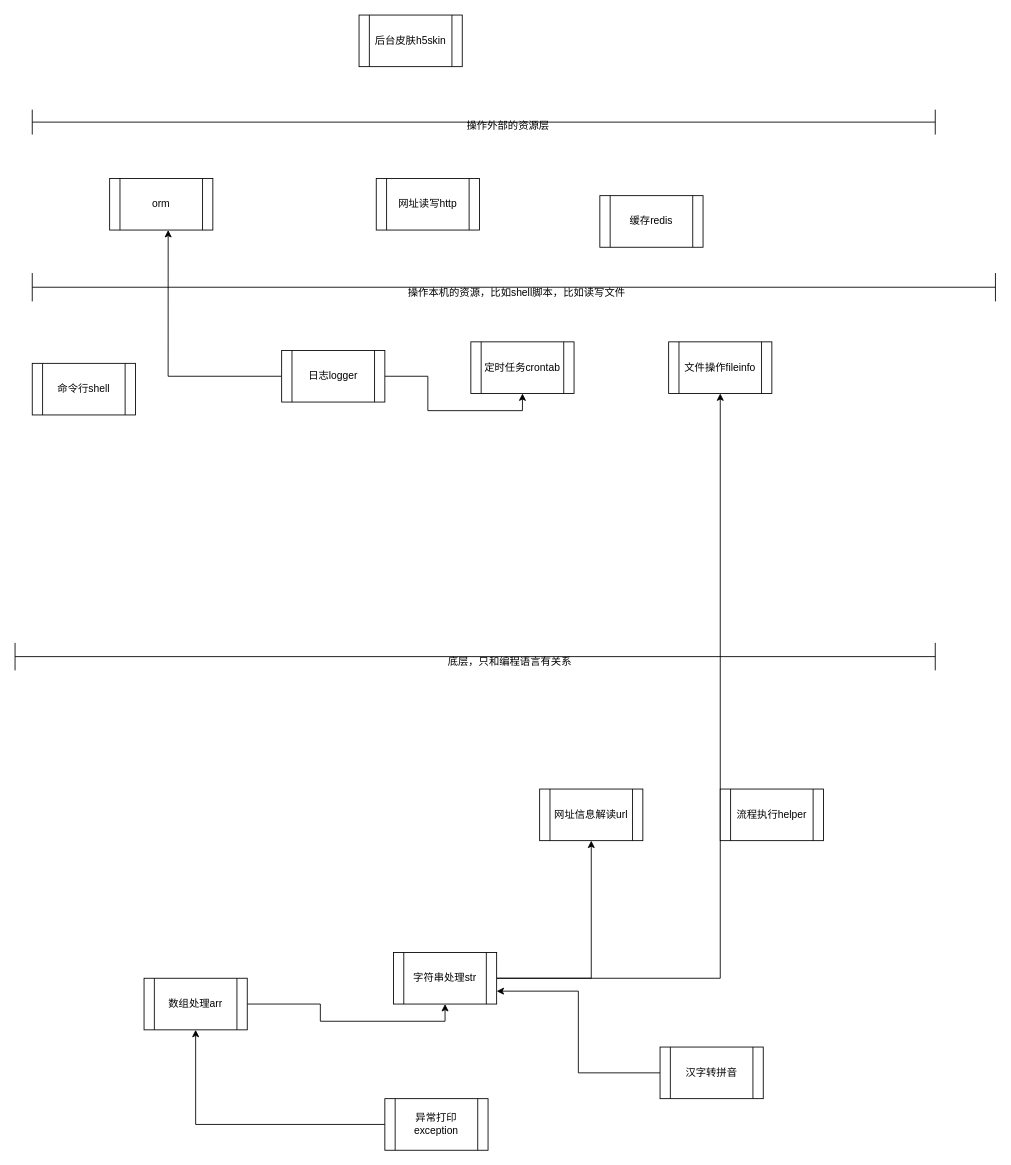
Earlier version of the draw.io diagram 架构代码责任划分.drawio (xltxlm/filesystem). Source tidied: cells renumbered, new cells numbered last; positions are measured from the earlier drawing's top-left corner, leaving out a move shared by most shapes. Both pictures are drawn from the tidied source at 86%, with x=0, y=0 at pixel (15, 15).
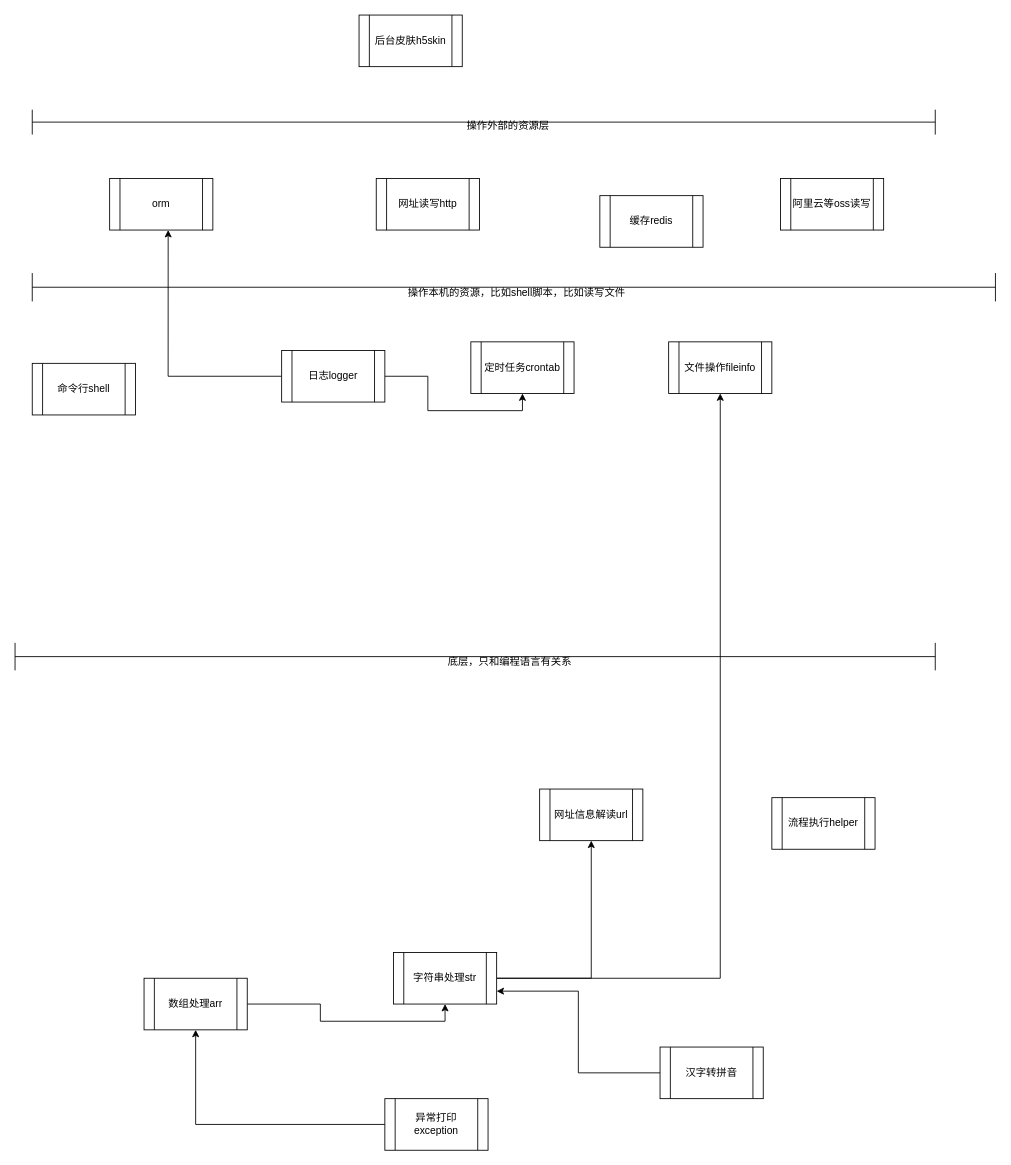
Above is the later version.

Commit message (it also covers changes not shown here):
更新架构代码责任划分.drawio

The edit, as a diff of the source:
```diff
@@
     <mxCell id="10" value="流程执行helper" style="shape=process;whiteSpace=wrap;html=1;backgroundOutline=1;" parent="1" vertex="1">
-      <mxGeometry x="820" y="900" width="120" height="60" as="geometry" />
+      <mxGeometry x="880" y="910" width="120" height="60" as="geometry" />
     </mxCell>
@@
+    <mxCell id="29" value="阿里云等oss读写" style="shape=process;whiteSpace=wrap;html=1;backgroundOutline=1;" parent="1" vertex="1">
+      <mxGeometry x="890" y="190" width="120" height="60" as="geometry" />
+    </mxCell>
```
